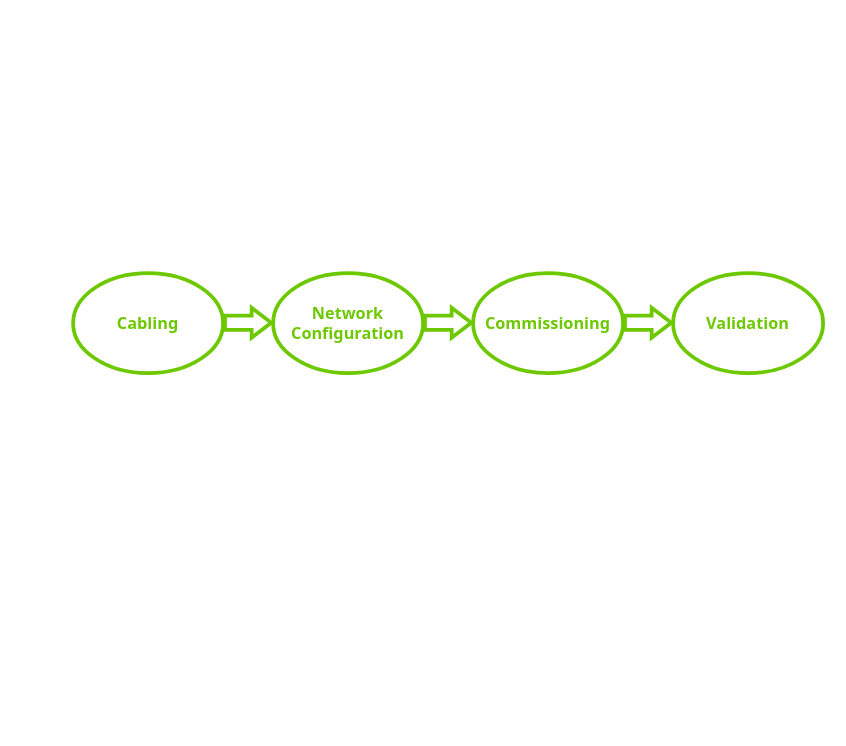
This is diagrams/steps-overview.drawio from MartinMeyer1/doc-iessb, a draw.io file, before an edit. Source tidied: cells renumbered, new cells numbered last; positions are measured from the earlier drawing's top-left corner, leaving out a move shared by most shapes. Both pictures are drawn from the tidied source at 125%, with x=0, y=0 at pixel (72, 272).
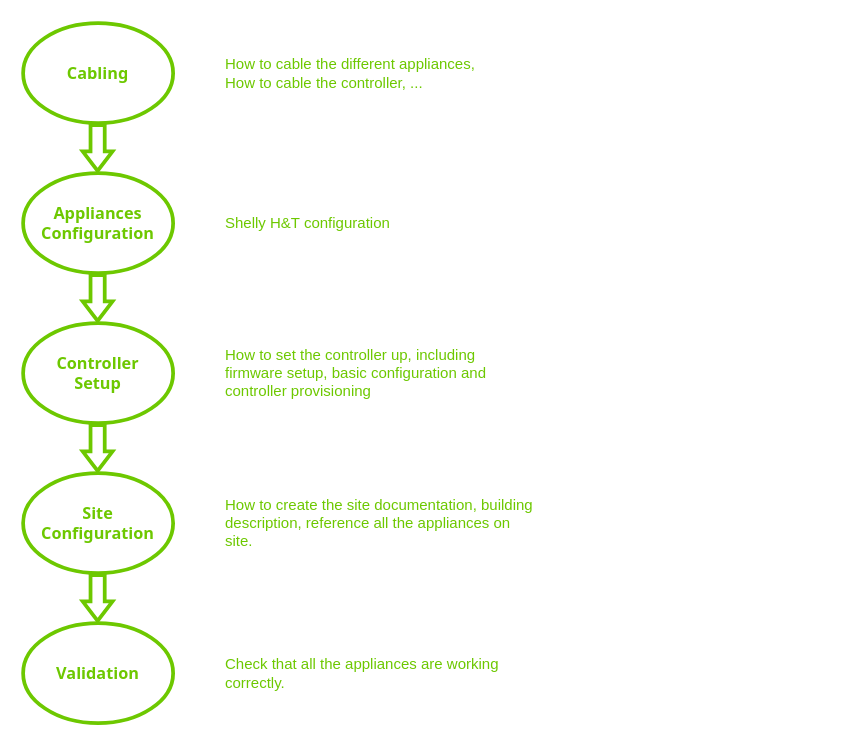
The same page after the edit.

What changed in the source:
```diff
@@
 <mxGraphModel>
   <root>
     <mxCell id="0" />
     <mxCell id="1" parent="0" />
     <mxCell id="2" value="Cabling" style="ellipse;whiteSpace=wrap;html=1;fontColor=#6DC800;strokeColor=#6DC800;strokeWidth=3;fontSize=13;spacing=2;fontStyle=1;fontFamily=Tahoma;fillColor=none;" parent="1" vertex="1">
-      <mxGeometry width="120" height="80" as="geometry" />
+      <mxGeometry x="-40" y="-200" width="120" height="80" as="geometry" />
     </mxCell>
-    <mxCell id="3" value="Network&lt;br style=&quot;font-size: 13px;&quot;&gt;Configuration" style="ellipse;whiteSpace=wrap;html=1;fontColor=#6DC800;strokeColor=#6DC800;strokeWidth=3;fontSize=13;spacing=2;fontStyle=1;fontFamily=Tahoma;fillColor=none;" parent="1" vertex="1">
-      <mxGeometry x="160" width="120" height="80" as="geometry" />
+    <mxCell id="3" value="Appliances&lt;br style=&quot;font-size: 13px;&quot;&gt;Configuration" style="ellipse;whiteSpace=wrap;html=1;fontColor=#6DC800;strokeColor=#6DC800;strokeWidth=3;fontSize=13;spacing=2;fontStyle=1;fontFamily=Tahoma;fillColor=none;" parent="1" vertex="1">
+      <mxGeometry x="-40" y="-80" width="120" height="80" as="geometry" />
     </mxCell>
-    <mxCell id="4" value="Commissioning" style="ellipse;whiteSpace=wrap;html=1;fontColor=#6DC800;strokeColor=#6DC800;strokeWidth=3;fontSize=13;spacing=2;fontStyle=1;fontFamily=Tahoma;fillColor=none;" parent="1" vertex="1">
-      <mxGeometry x="320" width="120" height="80" as="geometry" />
+    <mxCell id="4" value="Site&lt;br&gt;Configuration" style="ellipse;whiteSpace=wrap;html=1;fontColor=#6DC800;strokeColor=#6DC800;strokeWidth=3;fontSize=13;spacing=2;fontStyle=1;fontFamily=Tahoma;fillColor=none;" parent="1" vertex="1">
+      <mxGeometry x="-40" y="160" width="120" height="80" as="geometry" />
     </mxCell>
     <mxCell id="5" value="Validation" style="ellipse;whiteSpace=wrap;html=1;fontColor=#6DC800;strokeColor=#6DC800;strokeWidth=3;fontSize=13;spacing=2;fontStyle=1;fontFamily=Tahoma;fillColor=none;" parent="1" vertex="1">
-      <mxGeometry x="480" width="120" height="80" as="geometry" />
+      <mxGeometry x="-40" y="280" width="120" height="80" as="geometry" />
     </mxCell>
-    <mxCell id="6" style="endArrow=classic;html=1;rounded=0;strokeColor=#6DC800;strokeWidth=3;shape=flexArrow;width=9.333333333333334;endSize=4.223333333333334;endWidth=9.555555555555555;fillColor=none;" parent="1" edge="1">
-      <mxGeometry relative="1" as="geometry">
-        <mxPoint x="440" y="39.7" as="sourcePoint" />
-        <mxPoint x="480" y="39.7" as="targetPoint" />
-      </mxGeometry>
-    </mxCell>
-    <mxCell id="7" style="endArrow=classic;html=1;rounded=0;strokeColor=#6DC800;strokeWidth=3;shape=flexArrow;width=9.333333333333334;endSize=4.223333333333334;endWidth=9.555555555555555;fillColor=none;" parent="1" edge="1">
-      <mxGeometry relative="1" as="geometry">
-        <mxPoint x="280" y="39.7" as="sourcePoint" />
-        <mxPoint x="320" y="39.7" as="targetPoint" />
-      </mxGeometry>
-    </mxCell>
     <mxCell id="8" style="endArrow=classic;html=1;rounded=0;strokeColor=#6DC800;strokeWidth=3;shape=flexArrow;width=9.333333333333334;endSize=4.223333333333334;endWidth=9.555555555555555;fillColor=none;" parent="1" edge="1">
       <mxGeometry relative="1" as="geometry">
-        <mxPoint x="120" y="39.7" as="sourcePoint" />
-        <mxPoint x="160" y="39.7" as="targetPoint" />
+        <mxPoint x="19.6" y="-120" as="sourcePoint" />
+        <mxPoint x="19.6" y="-80.3" as="targetPoint" />
       </mxGeometry>
     </mxCell>
+    <mxCell id="9" value="Controller&lt;br&gt;Setup" style="ellipse;whiteSpace=wrap;html=1;fontColor=#6DC800;strokeColor=#6DC800;strokeWidth=3;fontSize=13;spacing=2;fontStyle=1;fontFamily=Tahoma;fillColor=none;" parent="1" vertex="1">
+      <mxGeometry x="-40" y="40" width="120" height="80" as="geometry" />
+    </mxCell>
+    <mxCell id="10" style="endArrow=classic;html=1;rounded=0;strokeColor=#6DC800;strokeWidth=3;shape=flexArrow;width=9.333333333333334;endSize=4.223333333333334;endWidth=9.555555555555555;fillColor=none;" parent="1" edge="1">
+      <mxGeometry relative="1" as="geometry">
+        <mxPoint x="19.6" as="sourcePoint" />
+        <mxPoint x="19.6" y="39.7" as="targetPoint" />
+      </mxGeometry>
+    </mxCell>
+    <mxCell id="11" style="endArrow=classic;html=1;rounded=0;strokeColor=#6DC800;strokeWidth=3;shape=flexArrow;width=9.333333333333334;endSize=4.223333333333334;endWidth=9.555555555555555;fillColor=none;" parent="1" edge="1">
+      <mxGeometry relative="1" as="geometry">
+        <mxPoint x="19.6" y="120" as="sourcePoint" />
+        <mxPoint x="19.6" y="159.7" as="targetPoint" />
+      </mxGeometry>
+    </mxCell>
+    <mxCell id="12" style="endArrow=classic;html=1;rounded=0;strokeColor=#6DC800;strokeWidth=3;shape=flexArrow;width=9.333333333333334;endSize=4.223333333333334;endWidth=9.555555555555555;fillColor=none;" parent="1" edge="1">
+      <mxGeometry relative="1" as="geometry">
+        <mxPoint x="19.6" y="240" as="sourcePoint" />
+        <mxPoint x="19.6" y="279.7" as="targetPoint" />
+      </mxGeometry>
+    </mxCell>
+    <mxCell id="13" value="How to cable the different appliances,&lt;br style=&quot;font-size: 12px;&quot;&gt;&lt;div style=&quot;font-size: 12px;&quot;&gt;&lt;span style=&quot;background-color: initial; font-size: 12px;&quot;&gt;How to cable the controller, ...&lt;/span&gt;&lt;/div&gt;" style="text;html=1;strokeColor=none;fillColor=none;align=left;verticalAlign=middle;whiteSpace=wrap;rounded=0;fontSize=12;fontColor=#6DC800;" parent="1" vertex="1">
+      <mxGeometry x="120" y="-200" width="250" height="80" as="geometry" />
+    </mxCell>
+    <mxCell id="14" value="Check that all the appliances are working correctly." style="text;html=1;strokeColor=none;fillColor=none;align=left;verticalAlign=middle;whiteSpace=wrap;rounded=0;fontSize=12;fontColor=#6DC800;" parent="1" vertex="1">
+      <mxGeometry x="120" y="280" width="250" height="80" as="geometry" />
+    </mxCell>
+    <mxCell id="15" value="How to set the controller up, including firmware setup, basic configuration and controller provisioning" style="text;html=1;strokeColor=none;fillColor=none;align=left;verticalAlign=middle;whiteSpace=wrap;rounded=0;fontSize=12;fontColor=#6DC800;" parent="1" vertex="1">
+      <mxGeometry x="120" y="40" width="250" height="80" as="geometry" />
+    </mxCell>
+    <mxCell id="16" value="How to create the site documentation, building description, reference all the appliances on site." style="text;html=1;strokeColor=none;fillColor=none;align=left;verticalAlign=middle;whiteSpace=wrap;rounded=0;fontSize=12;fontColor=#6DC800;" parent="1" vertex="1">
+      <mxGeometry x="120" y="160" width="250" height="80" as="geometry" />
+    </mxCell>
+    <mxCell id="17" value="Shelly H&amp;amp;T configuration" style="text;html=1;strokeColor=none;fillColor=none;align=left;verticalAlign=middle;whiteSpace=wrap;rounded=0;fontSize=12;fontColor=#6DC800;" parent="1" vertex="1">
+      <mxGeometry x="120" y="-80" width="250" height="80" as="geometry" />
+    </mxCell>
   </root>
 </mxGraphModel>
```
